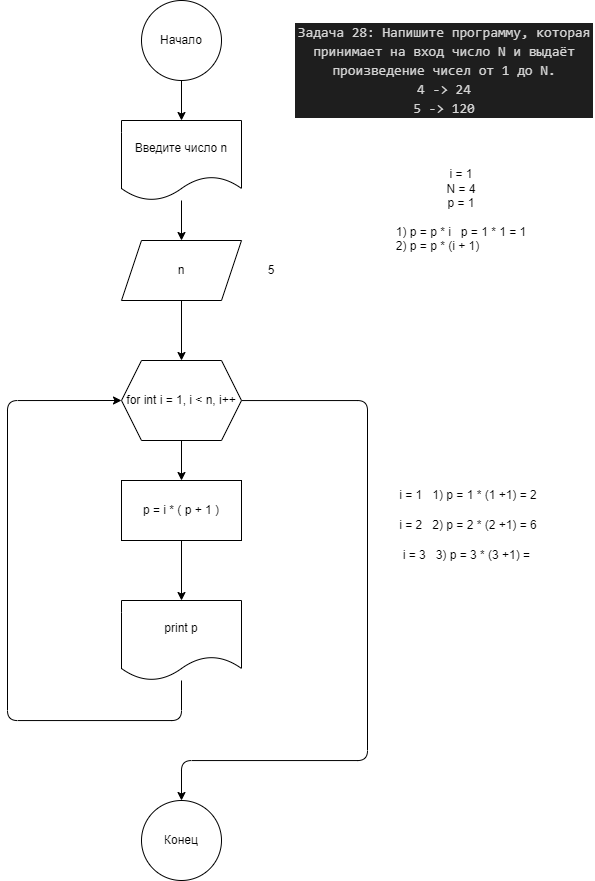
dvmax1984/Rep060323 keeps this draw.io diagram as diagramma.drawio.png. Above is the earlier version. Source tidied: cells renumbered, new cells last; positions are measured from the earlier drawing's top-left corner, leaving out a move shared by most shapes.
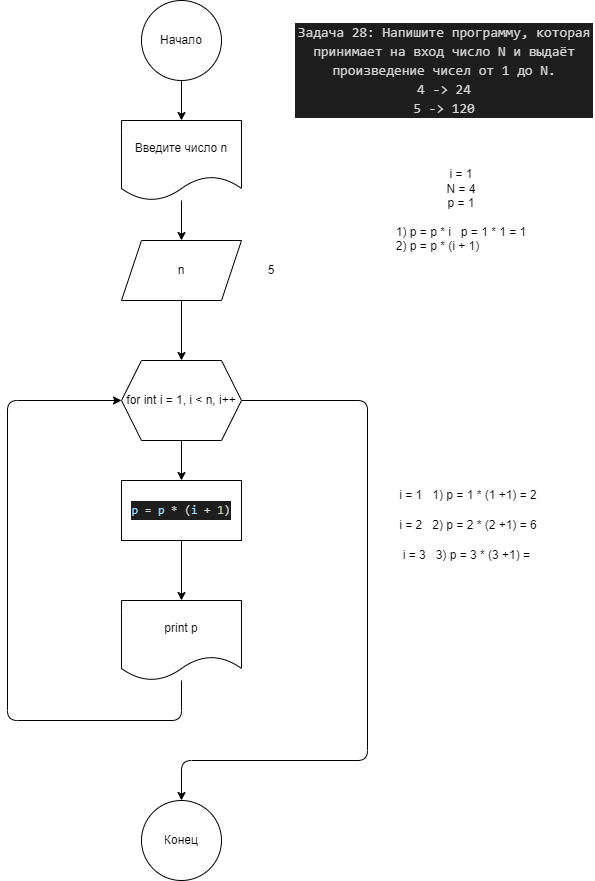
After the change.

Commit message:
Дополнил файл README.md контактами и задачей

The edit, as a diff of the source:
```diff
@@ -41,7 +41,7 @@
     <mxCell id="12" style="edgeStyle=orthogonalEdgeStyle;html=1;" parent="1" edge="1" source="13" target="16">
       <mxGeometry relative="1" as="geometry" />
     </mxCell>
-    <mxCell id="13" value="p = i * ( p + 1 )" style="rounded=0;whiteSpace=wrap;html=1;" parent="1" vertex="1">
+    <mxCell id="13" value="&lt;div style=&quot;color: rgb(212, 212, 212); background-color: rgb(30, 30, 30); font-family: Consolas, &amp;quot;Courier New&amp;quot;, monospace; line-height: 19px;&quot;&gt;&lt;span style=&quot;color: #9cdcfe;&quot;&gt;p&lt;/span&gt; = &lt;span style=&quot;color: #9cdcfe;&quot;&gt;p&lt;/span&gt; * (&lt;span style=&quot;color: #9cdcfe;&quot;&gt;i&lt;/span&gt; + &lt;span style=&quot;color: #b5cea8;&quot;&gt;1&lt;/span&gt;)&lt;/div&gt;" style="rounded=0;whiteSpace=wrap;html=1;" parent="1" vertex="1">
       <mxGeometry x="114" y="480" width="120" height="60" as="geometry" />
     </mxCell>
     <mxCell id="14" value="5" style="text;strokeColor=none;align=center;fillColor=none;html=1;verticalAlign=middle;whiteSpace=wrap;rounded=0;" parent="1" vertex="1">
```
